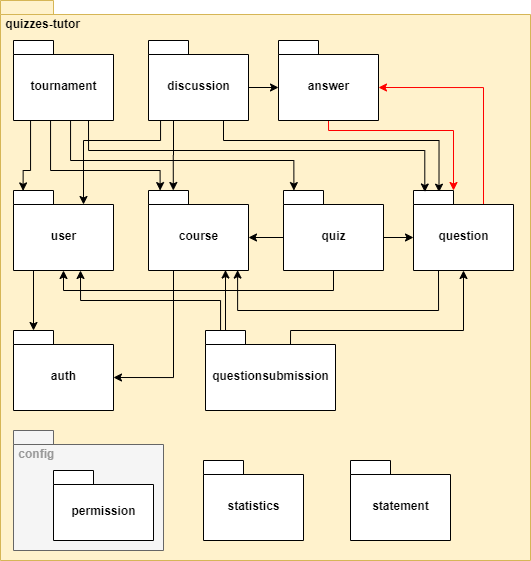
dmmnjaws/ASoft-2020-2021-quizzes-tutor-arquitecture-documentation keeps this draw.io diagram as documentation/pictures/Uses View.png. Above is the earlier version. Source tidied: cells renumbered, new cells last; positions are measured from the earlier drawing's top-left corner, leaving out a move shared by most shapes.
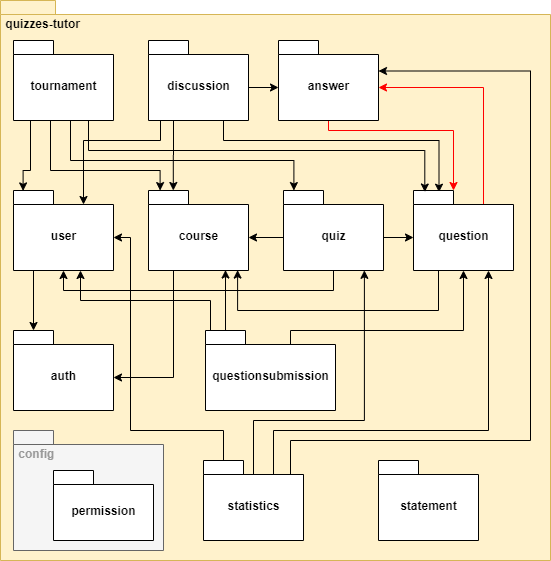
The same file after the commit.

Commit message:
fixed uses view and layered view II

What changed in the source:
```diff
@@ -3,7 +3,7 @@
     <mxCell id="0" />
     <mxCell id="1" parent="0" />
     <mxCell id="2" value="&amp;nbsp;quizzes-tutor" style="shape=folder;fontStyle=1;spacingTop=10;tabWidth=40;tabHeight=14;tabPosition=left;html=1;fillColor=#fff2cc;strokeColor=#d6b656;verticalAlign=top;align=left;" parent="1" vertex="1">
-      <mxGeometry width="530" height="560" as="geometry" />
+      <mxGeometry width="550" height="560" as="geometry" />
     </mxCell>
     <mxCell id="3" style="edgeStyle=orthogonalEdgeStyle;rounded=0;jettySize=auto;html=1;exitX=0.5;exitY=1;exitDx=0;exitDy=0;exitPerimeter=0;entryX=0;entryY=0;entryDx=40;entryDy=0;entryPerimeter=0;fontColor=#999999;strokeColor=#FF0000;" parent="1" edge="1" source="4" target="15">
       <mxGeometry relative="1" as="geometry">
@@ -25,7 +25,7 @@
     <mxCell id="7" value="course" style="shape=folder;fontStyle=1;spacingTop=10;tabWidth=40;tabHeight=14;tabPosition=left;html=1;align=center;" parent="1" vertex="1">
       <mxGeometry x="148" y="190" width="100" height="80" as="geometry" />
     </mxCell>
-    <mxCell id="8" style="edgeStyle=orthogonalEdgeStyle;rounded=0;jettySize=auto;html=1;exitX=0.25;exitY=1;exitDx=0;exitDy=0;exitPerimeter=0;entryX=0;entryY=0;entryDx=70;entryDy=14;entryPerimeter=0;fontColor=#999999;" parent="1" edge="1" source="12" target="32">
+    <mxCell id="8" style="edgeStyle=orthogonalEdgeStyle;rounded=0;jettySize=auto;html=1;exitX=0.25;exitY=1;exitDx=0;exitDy=0;exitPerimeter=0;entryX=0;entryY=0;entryDx=70;entryDy=14;entryPerimeter=0;fontColor=#999999;" parent="1" edge="1" source="12" target="36">
       <mxGeometry relative="1" as="geometry">
         <Array as="points">
           <mxPoint x="160" y="120" />
@@ -77,11 +77,11 @@
         </Array>
       </mxGeometry>
     </mxCell>
-    <mxCell id="17" style="edgeStyle=orthogonalEdgeStyle;rounded=0;jettySize=auto;html=1;exitX=0;exitY=0;exitDx=20;exitDy=0;exitPerimeter=0;entryX=0.67;entryY=1;entryDx=0;entryDy=0;entryPerimeter=0;fontColor=#999999;" parent="1" edge="1" source="19" target="32">
+    <mxCell id="17" style="edgeStyle=orthogonalEdgeStyle;rounded=0;jettySize=auto;html=1;exitX=0;exitY=0;exitDx=20;exitDy=0;exitPerimeter=0;entryX=0.67;entryY=1;entryDx=0;entryDy=0;entryPerimeter=0;fontColor=#999999;" parent="1" edge="1" source="19" target="36">
       <mxGeometry relative="1" as="geometry">
         <Array as="points">
-          <mxPoint x="220" y="330" />
-          <mxPoint x="220" y="300" />
+          <mxPoint x="210" y="330" />
+          <mxPoint x="210" y="300" />
           <mxPoint x="80" y="300" />
         </Array>
       </mxGeometry>
@@ -98,71 +98,107 @@
     <mxCell id="21" style="edgeStyle=orthogonalEdgeStyle;rounded=0;jettySize=auto;html=1;exitX=0;exitY=0;exitDx=100;exitDy=47;exitPerimeter=0;entryX=0;entryY=0;entryDx=0;entryDy=47;entryPerimeter=0;fontColor=#999999;" parent="1" edge="1" source="23" target="15">
       <mxGeometry relative="1" as="geometry" />
     </mxCell>
-    <mxCell id="22" style="edgeStyle=orthogonalEdgeStyle;rounded=0;jettySize=auto;html=1;exitX=0.5;exitY=1;exitDx=0;exitDy=0;exitPerimeter=0;entryX=0.5;entryY=1;entryDx=0;entryDy=0;entryPerimeter=0;fontColor=#999999;" parent="1" edge="1" source="23" target="32">
+    <mxCell id="22" style="edgeStyle=orthogonalEdgeStyle;rounded=0;jettySize=auto;html=1;exitX=0.5;exitY=1;exitDx=0;exitDy=0;exitPerimeter=0;entryX=0.5;entryY=1;entryDx=0;entryDy=0;entryPerimeter=0;fontColor=#999999;" parent="1" edge="1" source="23" target="36">
       <mxGeometry relative="1" as="geometry" />
     </mxCell>
     <mxCell id="23" value="quiz" style="shape=folder;fontStyle=1;spacingTop=10;tabWidth=40;tabHeight=14;tabPosition=left;html=1;align=center;" parent="1" vertex="1">
       <mxGeometry x="283" y="190" width="100" height="80" as="geometry" />
     </mxCell>
     <mxCell id="24" value="statement" style="shape=folder;fontStyle=1;spacingTop=10;tabWidth=40;tabHeight=14;tabPosition=left;html=1;align=center;" parent="1" vertex="1">
-      <mxGeometry x="350" y="460" width="100" height="80" as="geometry" />
+      <mxGeometry x="378" y="460" width="100" height="80" as="geometry" />
     </mxCell>
-    <mxCell id="25" value="statistics" style="shape=folder;fontStyle=1;spacingTop=10;tabWidth=40;tabHeight=14;tabPosition=left;html=1;align=center;" parent="1" vertex="1">
-      <mxGeometry x="203" y="460" width="100" height="80" as="geometry" />
+    <mxCell id="25" style="edgeStyle=orthogonalEdgeStyle;rounded=0;jettySize=auto;html=1;exitX=0;exitY=0;exitDx=20;exitDy=0;exitPerimeter=0;entryX=0;entryY=0;entryDx=100;entryDy=47;entryPerimeter=0;" parent="1" edge="1" source="29" target="36">
+      <mxGeometry relative="1" as="geometry">
+        <Array as="points">
+          <mxPoint x="223" y="430" />
+          <mxPoint x="130" y="430" />
+          <mxPoint x="130" y="237" />
+        </Array>
+      </mxGeometry>
     </mxCell>
-    <mxCell id="26" style="edgeStyle=orthogonalEdgeStyle;rounded=0;jettySize=auto;html=1;exitX=0.25;exitY=1;exitDx=0;exitDy=0;exitPerimeter=0;entryX=0.096;entryY=0.005;entryDx=0;entryDy=0;entryPerimeter=0;fontColor=#999999;" parent="1" edge="1" source="30" target="32">
+    <mxCell id="26" style="edgeStyle=orthogonalEdgeStyle;rounded=0;jettySize=auto;html=1;exitX=0;exitY=0;exitDx=70;exitDy=14;exitPerimeter=0;entryX=0.809;entryY=0.998;entryDx=0;entryDy=0;entryPerimeter=0;" parent="1" edge="1" source="29" target="23">
       <mxGeometry relative="1" as="geometry">
         <Array as="points">
-          <mxPoint x="30" y="120" />
-          <mxPoint x="30" y="170" />
-          <mxPoint x="23" y="170" />
+          <mxPoint x="253" y="474" />
+          <mxPoint x="253" y="420" />
+          <mxPoint x="364" y="420" />
         </Array>
       </mxGeometry>
     </mxCell>
-    <mxCell id="27" style="edgeStyle=orthogonalEdgeStyle;rounded=0;jettySize=auto;html=1;exitX=0.25;exitY=1;exitDx=0;exitDy=0;exitPerimeter=0;entryX=0.116;entryY=0.001;entryDx=0;entryDy=0;entryPerimeter=0;fontColor=#999999;" parent="1" edge="1" source="30" target="7">
+    <mxCell id="27" style="edgeStyle=orthogonalEdgeStyle;rounded=0;jettySize=auto;html=1;exitX=0;exitY=0;exitDx=70;exitDy=14;exitPerimeter=0;entryX=0.75;entryY=1;entryDx=0;entryDy=0;entryPerimeter=0;" parent="1" edge="1" source="29" target="15">
       <mxGeometry relative="1" as="geometry">
         <Array as="points">
-          <mxPoint x="50" y="120" />
-          <mxPoint x="50" y="170" />
-          <mxPoint x="160" y="170" />
+          <mxPoint x="273" y="430" />
+          <mxPoint x="488" y="430" />
         </Array>
       </mxGeometry>
     </mxCell>
-    <mxCell id="28" style="edgeStyle=orthogonalEdgeStyle;rounded=0;jettySize=auto;html=1;exitX=0.5;exitY=1;exitDx=0;exitDy=0;exitPerimeter=0;entryX=0.104;entryY=0.001;entryDx=0;entryDy=0;entryPerimeter=0;fontColor=#999999;" parent="1" edge="1" source="30" target="23">
+    <mxCell id="28" style="edgeStyle=orthogonalEdgeStyle;rounded=0;jettySize=auto;html=1;exitX=0;exitY=0;exitDx=100;exitDy=14;exitPerimeter=0;entryX=0;entryY=0;entryDx=100;entryDy=30.5;entryPerimeter=0;" parent="1" edge="1" source="29" target="4">
       <mxGeometry relative="1" as="geometry">
         <Array as="points">
-          <mxPoint x="70" y="120" />
-          <mxPoint x="70" y="160" />
-          <mxPoint x="293" y="160" />
+          <mxPoint x="290" y="474" />
+          <mxPoint x="290" y="440" />
+          <mxPoint x="530" y="440" />
+          <mxPoint x="530" y="71" />
         </Array>
       </mxGeometry>
     </mxCell>
-    <mxCell id="29" style="edgeStyle=orthogonalEdgeStyle;rounded=0;jettySize=auto;html=1;exitX=0.75;exitY=1;exitDx=0;exitDy=0;exitPerimeter=0;entryX=0.113;entryY=0.019;entryDx=0;entryDy=0;entryPerimeter=0;fontColor=#999999;" parent="1" edge="1" source="30" target="15">
-      <mxGeometry relative="1" as="geometry">
-        <Array as="points">
-          <mxPoint x="88" y="150" />
-          <mxPoint x="424" y="150" />
-        </Array>
-      </mxGeometry>
+    <mxCell id="29" value="statistics" style="shape=folder;fontStyle=1;spacingTop=10;tabWidth=40;tabHeight=14;tabPosition=left;html=1;align=center;" parent="1" vertex="1">
+      <mxGeometry x="203" y="460" width="100" height="80" as="geometry" />
     </mxCell>
-    <mxCell id="30" value="tournament" style="shape=folder;fontStyle=1;spacingTop=10;tabWidth=40;tabHeight=14;tabPosition=left;html=1;align=center;" parent="1" vertex="1">
-      <mxGeometry x="13" y="40" width="100" height="80" as="geometry" />
+    <mxCell id="30" style="edgeStyle=orthogonalEdgeStyle;rounded=0;jettySize=auto;html=1;exitX=0.25;exitY=1;exitDx=0;exitDy=0;exitPerimeter=0;entryX=0.096;entryY=0.005;entryDx=0;entryDy=0;entryPerimeter=0;fontColor=#999999;" parent="1" edge="1" source="34" target="36">
+      <mxGeometry relative="1" as="geometry">
+        <Array as="points">
+          <mxPoint x="30" y="120" />
+          <mxPoint x="30" y="170" />
+          <mxPoint x="23" y="170" />
+        </Array>
+      </mxGeometry>
     </mxCell>
-    <mxCell id="31" style="edgeStyle=orthogonalEdgeStyle;rounded=0;jettySize=auto;html=1;exitX=0.25;exitY=1;exitDx=0;exitDy=0;exitPerimeter=0;entryX=0;entryY=0;entryDx=20;entryDy=0;entryPerimeter=0;fontColor=#999999;" parent="1" edge="1" source="32" target="5">
+    <mxCell id="31" style="edgeStyle=orthogonalEdgeStyle;rounded=0;jettySize=auto;html=1;exitX=0.25;exitY=1;exitDx=0;exitDy=0;exitPerimeter=0;entryX=0.116;entryY=0.001;entryDx=0;entryDy=0;entryPerimeter=0;fontColor=#999999;" parent="1" edge="1" source="34" target="7">
       <mxGeometry relative="1" as="geometry">
         <Array as="points">
-          <mxPoint x="33" y="270" />
+          <mxPoint x="50" y="120" />
+          <mxPoint x="50" y="170" />
+          <mxPoint x="160" y="170" />
         </Array>
       </mxGeometry>
     </mxCell>
-    <mxCell id="32" value="user" style="shape=folder;fontStyle=1;spacingTop=10;tabWidth=40;tabHeight=14;tabPosition=left;html=1;align=center;" parent="1" vertex="1">
-      <mxGeometry x="13" y="190" width="100" height="80" as="geometry" />
+    <mxCell id="32" style="edgeStyle=orthogonalEdgeStyle;rounded=0;jettySize=auto;html=1;exitX=0.5;exitY=1;exitDx=0;exitDy=0;exitPerimeter=0;entryX=0.104;entryY=0.001;entryDx=0;entryDy=0;entryPerimeter=0;fontColor=#999999;" parent="1" edge="1" source="34" target="23">
+      <mxGeometry relative="1" as="geometry">
+        <Array as="points">
+          <mxPoint x="70" y="120" />
+          <mxPoint x="70" y="160" />
+          <mxPoint x="293" y="160" />
+        </Array>
+      </mxGeometry>
     </mxCell>
-    <mxCell id="33" value="&lt;font color=&quot;#999999&quot;&gt;&amp;nbsp;config&lt;/font&gt;" style="shape=folder;fontStyle=1;spacingTop=10;tabWidth=40;tabHeight=14;tabPosition=left;html=1;align=left;verticalAlign=top;fontColor=#333333;fillColor=#f5f5f5;strokeColor=#666666;" parent="1" vertex="1">
-      <mxGeometry x="13" y="430" width="150" height="120" as="geometry" />
+    <mxCell id="33" style="edgeStyle=orthogonalEdgeStyle;rounded=0;jettySize=auto;html=1;exitX=0.75;exitY=1;exitDx=0;exitDy=0;exitPerimeter=0;entryX=0.113;entryY=0.019;entryDx=0;entryDy=0;entryPerimeter=0;fontColor=#999999;" parent="1" edge="1" source="34" target="15">
+      <mxGeometry relative="1" as="geometry">
+        <Array as="points">
+          <mxPoint x="88" y="150" />
+          <mxPoint x="424" y="150" />
+        </Array>
+      </mxGeometry>
     </mxCell>
-    <mxCell id="34" value="permission" style="shape=folder;fontStyle=1;spacingTop=10;tabWidth=40;tabHeight=14;tabPosition=left;html=1;align=center;" parent="1" vertex="1">
-      <mxGeometry x="53" y="470" width="100" height="70" as="geometry" />
+    <mxCell id="34" value="tournament" style="shape=folder;fontStyle=1;spacingTop=10;tabWidth=40;tabHeight=14;tabPosition=left;html=1;align=center;" parent="1" vertex="1">
+      <mxGeometry x="13" y="40" width="100" height="80" as="geometry" />
     </mxCell>
+    <mxCell id="35" style="edgeStyle=orthogonalEdgeStyle;rounded=0;jettySize=auto;html=1;exitX=0.25;exitY=1;exitDx=0;exitDy=0;exitPerimeter=0;entryX=0;entryY=0;entryDx=20;entryDy=0;entryPerimeter=0;fontColor=#999999;" parent="1" edge="1" source="36" target="5">
+      <mxGeometry relative="1" as="geometry">
+        <Array as="points">
+          <mxPoint x="33" y="270" />
+        </Array>
+      </mxGeometry>
+    </mxCell>
+    <mxCell id="36" value="user" style="shape=folder;fontStyle=1;spacingTop=10;tabWidth=40;tabHeight=14;tabPosition=left;html=1;align=center;" parent="1" vertex="1">
+      <mxGeometry x="13" y="190" width="100" height="80" as="geometry" />
+    </mxCell>
+    <mxCell id="37" value="&lt;font color=&quot;#999999&quot;&gt;&amp;nbsp;config&lt;/font&gt;" style="shape=folder;fontStyle=1;spacingTop=10;tabWidth=40;tabHeight=14;tabPosition=left;html=1;align=left;verticalAlign=top;fontColor=#333333;fillColor=#f5f5f5;strokeColor=#666666;" parent="1" vertex="1">
+      <mxGeometry x="13" y="430" width="150" height="120" as="geometry" />
+    </mxCell>
+    <mxCell id="38" value="permission" style="shape=folder;fontStyle=1;spacingTop=10;tabWidth=40;tabHeight=14;tabPosition=left;html=1;align=center;" parent="1" vertex="1">
+      <mxGeometry x="53" y="470" width="100" height="70" as="geometry" />
+    </mxCell>
   </root>
 </mxGraphModel>
```
